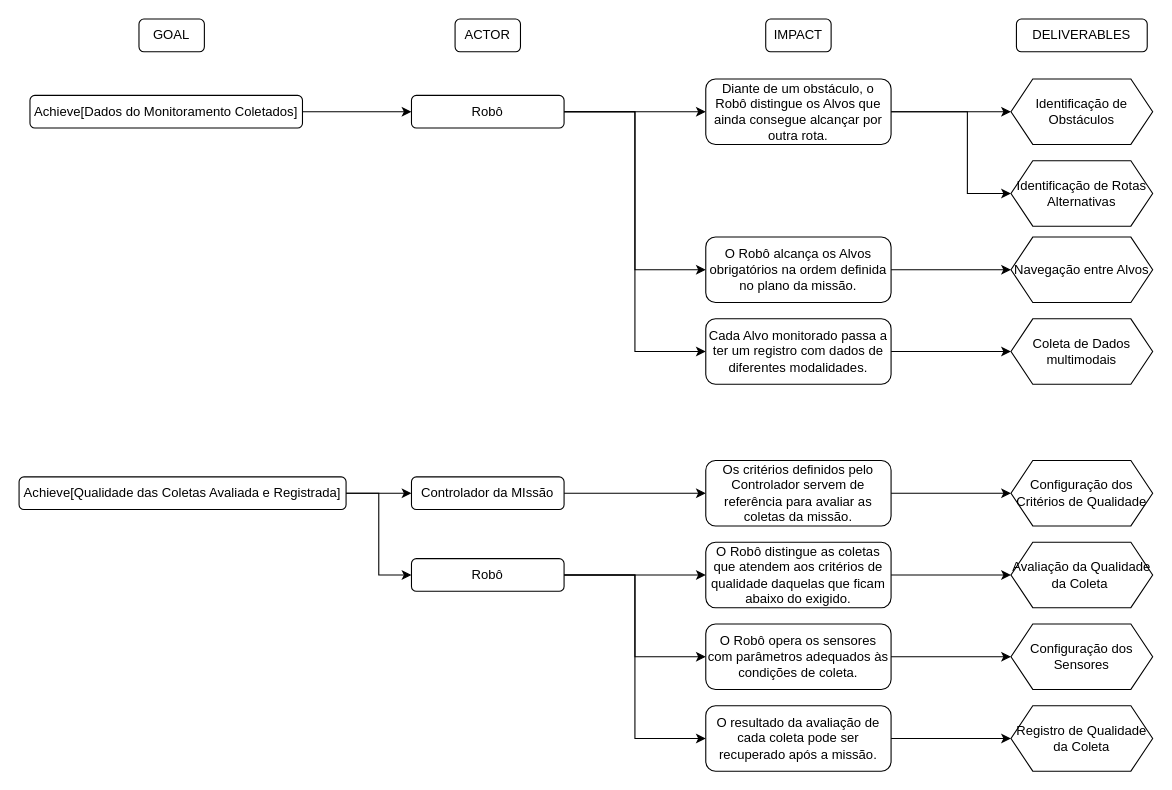
Above: page "Página-2" (2 of 2) of fase-3-decisao/diagramas/impact-mapping.drawio in elisrb/projeto-si (draw.io), before the change. Source tidied: cells renumbered, new cells numbered last; positions are measured from the earlier drawing's top-left corner, leaving out a move shared by most shapes. Both pictures are drawn from the tidied source at 109%, with x=0, y=0 at pixel (19, 19).
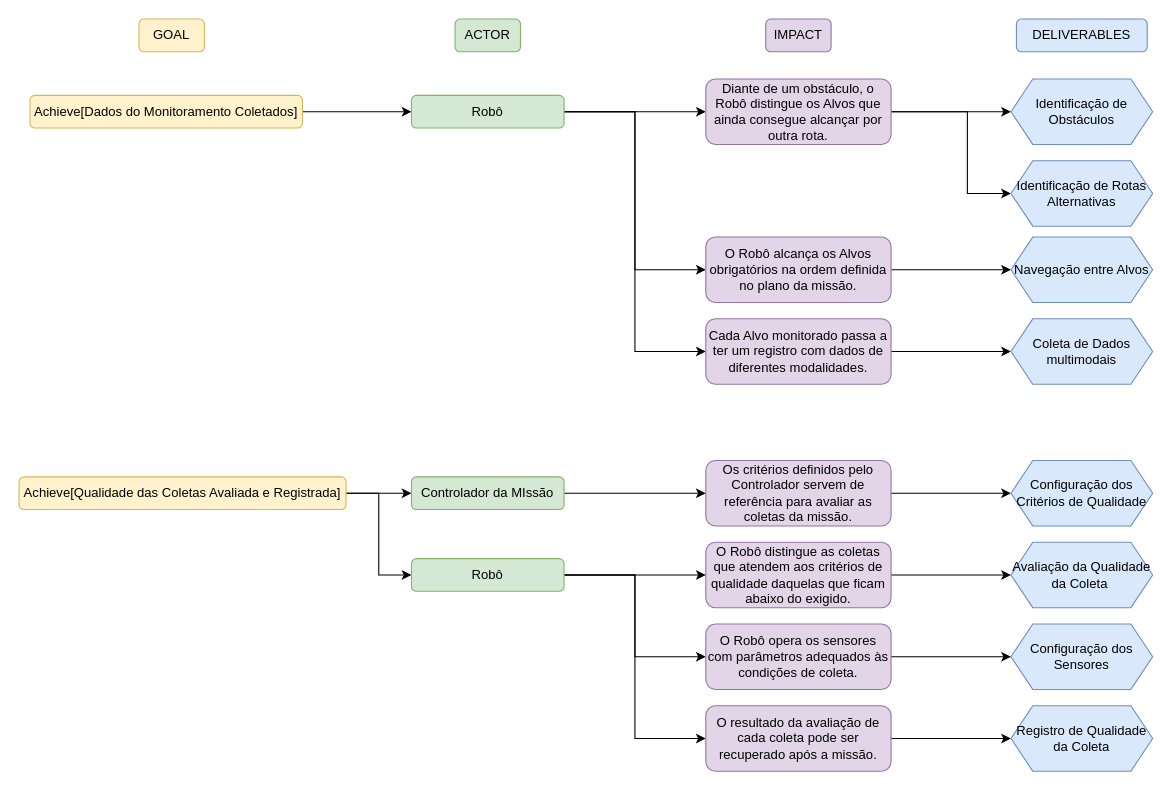
Above is the later version.

What changed in the source:
```diff
@@
-    <mxCell id="2" value="GOAL" style="rounded=1;whiteSpace=wrap;html=1;roundedPerimeter=1;" parent="1" vertex="1">
+    <mxCell id="2" value="GOAL" style="rounded=1;whiteSpace=wrap;html=1;roundedPerimeter=1;fillColor=#fff2cc;strokeColor=#d6b656;" parent="1" vertex="1">
       <mxGeometry x="110" width="60" height="30" as="geometry" />
     </mxCell>
-    <mxCell id="3" value="ACTOR" style="rounded=1;whiteSpace=wrap;html=1;roundedPerimeter=1;" parent="1" vertex="1">
+    <mxCell id="3" value="ACTOR" style="rounded=1;whiteSpace=wrap;html=1;roundedPerimeter=1;fillColor=#d5e8d4;strokeColor=#82b366;" parent="1" vertex="1">
       <mxGeometry x="400" width="60" height="30" as="geometry" />
     </mxCell>
-    <mxCell id="4" value="IMPACT" style="rounded=1;whiteSpace=wrap;html=1;roundedPerimeter=1;" parent="1" vertex="1">
+    <mxCell id="4" value="IMPACT" style="rounded=1;whiteSpace=wrap;html=1;roundedPerimeter=1;fillColor=#e1d5e7;strokeColor=#9673a6;" parent="1" vertex="1">
       <mxGeometry x="685" width="60" height="30" as="geometry" />
     </mxCell>
-    <mxCell id="5" value="DELIVERABLES" style="rounded=1;whiteSpace=wrap;html=1;roundedPerimeter=1;" parent="1" vertex="1">
+    <mxCell id="5" value="DELIVERABLES" style="rounded=1;whiteSpace=wrap;html=1;roundedPerimeter=1;fillColor=#dae8fc;strokeColor=#6c8ebf;" parent="1" vertex="1">
       <mxGeometry x="915" width="120" height="30" as="geometry" />
     </mxCell>
@@
-    <mxCell id="7" value="Achieve[Dados do Monitoramento Coletados]" style="rounded=1;whiteSpace=wrap;html=1;roundedPerimeter=1;" parent="1" vertex="1">
+    <mxCell id="7" value="Achieve[Dados do Monitoramento Coletados]" style="rounded=1;whiteSpace=wrap;html=1;roundedPerimeter=1;fillColor=#fff2cc;strokeColor=#d6b656;" parent="1" vertex="1">
       <mxGeometry x="10" y="70" width="250" height="30" as="geometry" />
     </mxCell>
@@
-    <mxCell id="11" value="Robô" style="rounded=1;whiteSpace=wrap;html=1;roundedPerimeter=1;" parent="1" vertex="1">
+    <mxCell id="11" value="Robô" style="rounded=1;whiteSpace=wrap;html=1;roundedPerimeter=1;fillColor=#d5e8d4;strokeColor=#82b366;" parent="1" vertex="1">
       <mxGeometry x="360" y="70" width="140" height="30" as="geometry" />
     </mxCell>
@@
-    <mxCell id="14" value="Diante de um obstáculo, o Robô distingue os Alvos que ainda consegue alcançar por outra rota." style="rounded=1;whiteSpace=wrap;html=1;roundedPerimeter=1;" parent="1" vertex="1">
+    <mxCell id="14" value="Diante de um obstáculo, o Robô distingue os Alvos que ainda consegue alcançar por outra rota." style="rounded=1;whiteSpace=wrap;html=1;roundedPerimeter=1;fillColor=#e1d5e7;strokeColor=#9673a6;" parent="1" vertex="1">
       <mxGeometry x="630" y="55" width="170" height="60" as="geometry" />
     </mxCell>
@@
-    <mxCell id="16" value="O Robô alcança os Alvos obrigatórios na ordem definida no plano da missão." style="rounded=1;whiteSpace=wrap;html=1;roundedPerimeter=1;" parent="1" vertex="1">
+    <mxCell id="16" value="O Robô alcança os Alvos obrigatórios na ordem definida no plano da missão." style="rounded=1;whiteSpace=wrap;html=1;roundedPerimeter=1;fillColor=#e1d5e7;strokeColor=#9673a6;" parent="1" vertex="1">
       <mxGeometry x="630" y="200" width="170" height="60" as="geometry" />
     </mxCell>
@@
-    <mxCell id="18" value="Cada Alvo monitorado passa a ter um registro com dados de diferentes modalidades." style="rounded=1;whiteSpace=wrap;html=1;roundedPerimeter=1;" parent="1" vertex="1">
+    <mxCell id="18" value="Cada Alvo monitorado passa a ter um registro com dados de diferentes modalidades." style="rounded=1;whiteSpace=wrap;html=1;roundedPerimeter=1;fillColor=#e1d5e7;strokeColor=#9673a6;" parent="1" vertex="1">
       <mxGeometry x="630" y="275" width="170" height="60" as="geometry" />
     </mxCell>
-    <mxCell id="19" value="Identificação de Obstáculos" style="shape=hexagon;perimeter=hexagonPerimeter2;whiteSpace=wrap;html=1;shapeInside=1;fixedSize=1;" parent="1" vertex="1">
+    <mxCell id="19" value="Identificação de Obstáculos" style="shape=hexagon;perimeter=hexagonPerimeter2;whiteSpace=wrap;html=1;shapeInside=1;fixedSize=1;fillColor=#dae8fc;strokeColor=#6c8ebf;" parent="1" vertex="1">
       <mxGeometry x="910" y="55" width="130" height="60" as="geometry" />
     </mxCell>
@@
-    <mxCell id="22" value="Achieve[Qualidade das Coletas Avaliada e Registrada]" style="rounded=1;whiteSpace=wrap;html=1;roundedPerimeter=1;" parent="1" vertex="1">
+    <mxCell id="22" value="Achieve[Qualidade das Coletas Avaliada e Registrada]" style="rounded=1;whiteSpace=wrap;html=1;roundedPerimeter=1;fillColor=#fff2cc;strokeColor=#d6b656;" parent="1" vertex="1">
       <mxGeometry y="420" width="300" height="30" as="geometry" />
     </mxCell>
@@
-    <mxCell id="24" value="Controlador da MIssão" style="rounded=1;whiteSpace=wrap;html=1;roundedPerimeter=1;" parent="1" vertex="1">
+    <mxCell id="24" value="Controlador da MIssão" style="rounded=1;whiteSpace=wrap;html=1;roundedPerimeter=1;fillColor=#d5e8d4;strokeColor=#82b366;" parent="1" vertex="1">
       <mxGeometry x="360" y="420" width="140" height="30" as="geometry" />
     </mxCell>
@@
-    <mxCell id="26" value="Os critérios definidos pelo Controlador servem de referência para avaliar as coletas da missão." style="rounded=1;whiteSpace=wrap;html=1;roundedPerimeter=1;" parent="1" vertex="1">
+    <mxCell id="26" value="Os critérios definidos pelo Controlador servem de referência para avaliar as coletas da missão." style="rounded=1;whiteSpace=wrap;html=1;roundedPerimeter=1;fillColor=#e1d5e7;strokeColor=#9673a6;" parent="1" vertex="1">
       <mxGeometry x="630" y="405" width="170" height="60" as="geometry" />
     </mxCell>
-    <mxCell id="27" value="Configuração dos Critérios de Qualidade" style="shape=hexagon;perimeter=hexagonPerimeter2;whiteSpace=wrap;html=1;shapeInside=1;fixedSize=1;" parent="1" vertex="1">
+    <mxCell id="27" value="Configuração dos Critérios de Qualidade" style="shape=hexagon;perimeter=hexagonPerimeter2;whiteSpace=wrap;html=1;shapeInside=1;fixedSize=1;fillColor=#dae8fc;strokeColor=#6c8ebf;" parent="1" vertex="1">
       <mxGeometry x="910" y="405" width="130" height="60" as="geometry" />
     </mxCell>
-    <mxCell id="28" value="Identificação de Rotas Alternativas" style="shape=hexagon;perimeter=hexagonPerimeter2;whiteSpace=wrap;html=1;shapeInside=1;fixedSize=1;" parent="1" vertex="1">
+    <mxCell id="28" value="Identificação de Rotas Alternativas" style="shape=hexagon;perimeter=hexagonPerimeter2;whiteSpace=wrap;html=1;shapeInside=1;fixedSize=1;fillColor=#dae8fc;strokeColor=#6c8ebf;" parent="1" vertex="1">
       <mxGeometry x="910" y="130" width="130" height="60" as="geometry" />
     </mxCell>
-    <mxCell id="29" value="Navegação entre Alvos" style="shape=hexagon;perimeter=hexagonPerimeter2;whiteSpace=wrap;html=1;shapeInside=1;fixedSize=1;" parent="1" vertex="1">
+    <mxCell id="29" value="Navegação entre Alvos" style="shape=hexagon;perimeter=hexagonPerimeter2;whiteSpace=wrap;html=1;shapeInside=1;fixedSize=1;fillColor=#dae8fc;strokeColor=#6c8ebf;" parent="1" vertex="1">
       <mxGeometry x="910" y="200" width="130" height="60" as="geometry" />
     </mxCell>
-    <mxCell id="30" value="Coleta de Dados multimodais" style="shape=hexagon;perimeter=hexagonPerimeter2;whiteSpace=wrap;html=1;shapeInside=1;fixedSize=1;" parent="1" vertex="1">
+    <mxCell id="30" value="Coleta de Dados multimodais" style="shape=hexagon;perimeter=hexagonPerimeter2;whiteSpace=wrap;html=1;shapeInside=1;fixedSize=1;fillColor=#dae8fc;strokeColor=#6c8ebf;" parent="1" vertex="1">
       <mxGeometry x="910" y="275" width="130" height="60" as="geometry" />
     </mxCell>
@@
-    <mxCell id="32" value="O Robô distingue as coletas que atendem aos critérios de qualidade daquelas que ficam abaixo do exigido." style="rounded=1;whiteSpace=wrap;html=1;roundedPerimeter=1;" parent="1" vertex="1">
+    <mxCell id="32" value="O Robô distingue as coletas que atendem aos critérios de qualidade daquelas que ficam abaixo do exigido." style="rounded=1;whiteSpace=wrap;html=1;roundedPerimeter=1;fillColor=#e1d5e7;strokeColor=#9673a6;" parent="1" vertex="1">
       <mxGeometry x="630" y="480" width="170" height="60" as="geometry" />
     </mxCell>
-    <mxCell id="33" value="Configuração dos Sensores" style="shape=hexagon;perimeter=hexagonPerimeter2;whiteSpace=wrap;html=1;shapeInside=1;fixedSize=1;" parent="1" vertex="1">
+    <mxCell id="33" value="Configuração dos Sensores" style="shape=hexagon;perimeter=hexagonPerimeter2;whiteSpace=wrap;html=1;shapeInside=1;fixedSize=1;fillColor=#dae8fc;strokeColor=#6c8ebf;" parent="1" vertex="1">
       <mxGeometry x="910" y="555" width="130" height="60" as="geometry" />
     </mxCell>
@@
-    <mxCell id="37" value="Robô" style="rounded=1;whiteSpace=wrap;html=1;roundedPerimeter=1;" parent="1" vertex="1">
+    <mxCell id="37" value="Robô" style="rounded=1;whiteSpace=wrap;html=1;roundedPerimeter=1;fillColor=#d5e8d4;strokeColor=#82b366;" parent="1" vertex="1">
       <mxGeometry x="360" y="495" width="140" height="30" as="geometry" />
     </mxCell>
@@
-    <mxCell id="39" value="O Robô opera os sensores com parâmetros adequados às condições de coleta." style="rounded=1;whiteSpace=wrap;html=1;roundedPerimeter=1;" parent="1" vertex="1">
+    <mxCell id="39" value="O Robô opera os sensores com parâmetros adequados às condições de coleta." style="rounded=1;whiteSpace=wrap;html=1;roundedPerimeter=1;fillColor=#e1d5e7;strokeColor=#9673a6;" parent="1" vertex="1">
       <mxGeometry x="630" y="555" width="170" height="60" as="geometry" />
     </mxCell>
-    <mxCell id="40" value="Avaliação da Qualidade da Coleta&amp;nbsp;" style="shape=hexagon;perimeter=hexagonPerimeter2;whiteSpace=wrap;html=1;shapeInside=1;fixedSize=1;" parent="1" vertex="1">
+    <mxCell id="40" value="Avaliação da Qualidade da Coleta&amp;nbsp;" style="shape=hexagon;perimeter=hexagonPerimeter2;whiteSpace=wrap;html=1;shapeInside=1;fixedSize=1;fillColor=#dae8fc;strokeColor=#6c8ebf;" parent="1" vertex="1">
       <mxGeometry x="910" y="480" width="130" height="60" as="geometry" />
     </mxCell>
@@
-    <mxCell id="42" value="O resultado da avaliação de cada coleta pode ser recuperado após a missão." style="rounded=1;whiteSpace=wrap;html=1;roundedPerimeter=1;" parent="1" vertex="1">
+    <mxCell id="42" value="O resultado da avaliação de cada coleta pode ser recuperado após a missão." style="rounded=1;whiteSpace=wrap;html=1;roundedPerimeter=1;fillColor=#e1d5e7;strokeColor=#9673a6;" parent="1" vertex="1">
       <mxGeometry x="630" y="630" width="170" height="60" as="geometry" />
     </mxCell>
-    <mxCell id="43" value="Registro de Qualidade da Coleta" style="shape=hexagon;perimeter=hexagonPerimeter2;whiteSpace=wrap;html=1;shapeInside=1;fixedSize=1;" parent="1" vertex="1">
+    <mxCell id="43" value="Registro de Qualidade da Coleta" style="shape=hexagon;perimeter=hexagonPerimeter2;whiteSpace=wrap;html=1;shapeInside=1;fixedSize=1;fillColor=#dae8fc;strokeColor=#6c8ebf;" parent="1" vertex="1">
       <mxGeometry x="910" y="630" width="130" height="60" as="geometry" />
     </mxCell>
```
